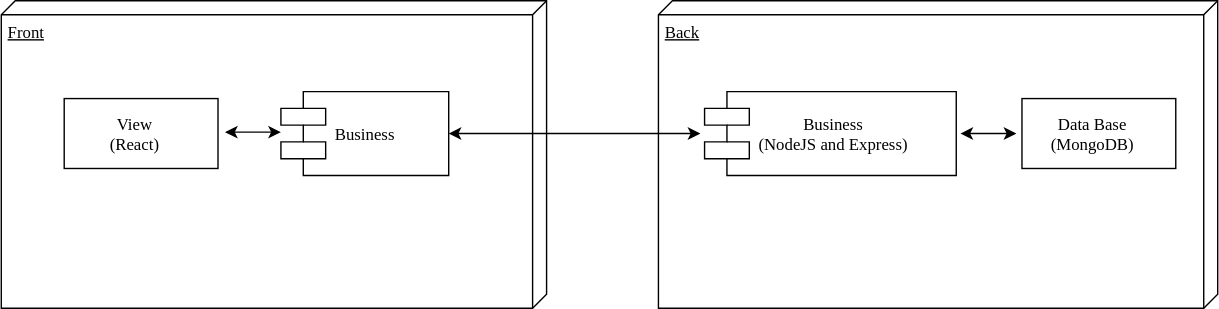
Earlier version of the draw.io export staff/ana-sanjuan/skysquare/skysquare-docs/images/block-diagram.svg (anasanjuan/skylab-bootcamp-201809). Source tidied: cells renumbered, new cells last; positions are measured from the earlier drawing's top-left corner, leaving out a move shared by most shapes. The source it was exported from:
```xml
<mxGraphModel background="#ffffff">
  <root>
    <mxCell id="0" />
    <mxCell id="1" parent="0" />
    <mxCell id="2" value="Front" style="verticalAlign=top;align=left;spacingTop=8;spacingLeft=2;spacingRight=12;shape=cube;size=10;direction=south;fontStyle=4;html=1;rounded=0;shadow=0;comic=0;labelBackgroundColor=none;strokeColor=#000000;strokeWidth=1;fillColor=#ffffff;fontFamily=Verdana;fontSize=12;fontColor=#000000;" parent="1" vertex="1">
      <mxGeometry width="390" height="220" as="geometry" />
    </mxCell>
    <mxCell id="3" value="Back" style="verticalAlign=top;align=left;spacingTop=8;spacingLeft=2;spacingRight=12;shape=cube;size=10;direction=south;fontStyle=4;html=1;rounded=0;shadow=0;comic=0;labelBackgroundColor=none;strokeColor=#000000;strokeWidth=1;fillColor=#ffffff;fontFamily=Verdana;fontSize=12;fontColor=#000000;" parent="1" vertex="1">
      <mxGeometry x="470" width="400" height="220" as="geometry" />
    </mxCell>
    <mxCell id="4" value="View&lt;br&gt;(React)&lt;br&gt;" style="html=1;rounded=0;shadow=0;comic=0;labelBackgroundColor=none;strokeColor=#000000;strokeWidth=1;fillColor=#ffffff;fontFamily=Verdana;fontSize=12;fontColor=#000000;align=center;" parent="1" vertex="1">
      <mxGeometry x="45" y="70" width="110" height="50" as="geometry" />
    </mxCell>
    <mxCell id="5" value="Business" style="shape=component;align=left;spacingLeft=36;rounded=0;shadow=0;comic=0;labelBackgroundColor=none;strokeColor=#000000;strokeWidth=1;fillColor=#ffffff;fontFamily=Verdana;fontSize=12;fontColor=#000000;html=1;" parent="1" vertex="1">
      <mxGeometry x="200" y="65" width="120" height="60" as="geometry" />
    </mxCell>
    <mxCell id="6" value="&lt;div style=&quot;text-align: center&quot;&gt;&lt;span&gt;Business&lt;/span&gt;&lt;/div&gt;&lt;div style=&quot;text-align: center&quot;&gt;&lt;span&gt;(NodeJS and Express)&lt;/span&gt;&lt;/div&gt;" style="shape=component;align=left;spacingLeft=36;rounded=0;shadow=0;comic=0;labelBackgroundColor=none;strokeColor=#000000;strokeWidth=1;fillColor=#ffffff;fontFamily=Verdana;fontSize=12;fontColor=#000000;html=1;" parent="1" vertex="1">
      <mxGeometry x="503" y="65" width="180" height="60" as="geometry" />
    </mxCell>
    <mxCell id="7" value="Data Base&lt;br&gt;(MongoDB)&lt;br&gt;" style="html=1;rounded=0;shadow=0;comic=0;labelBackgroundColor=none;strokeColor=#000000;strokeWidth=1;fillColor=#ffffff;fontFamily=Verdana;fontSize=12;fontColor=#000000;align=center;" parent="1" vertex="1">
      <mxGeometry x="730" y="70" width="110" height="50" as="geometry" />
    </mxCell>
    <mxCell id="8" style="endArrow=classic;startArrow=classic;html=1;exitX=1;exitY=0.5;" parent="1" edge="1" source="5">
      <mxGeometry relative="1" as="geometry">
        <mxPoint x="500" y="95" as="targetPoint" />
      </mxGeometry>
    </mxCell>
    <mxCell id="9" style="endArrow=classic;startArrow=classic;html=1;exitX=1;exitY=0.5;" parent="1" edge="1">
      <mxGeometry relative="1" as="geometry">
        <mxPoint x="160" y="94" as="sourcePoint" />
        <mxPoint x="200" y="94" as="targetPoint" />
      </mxGeometry>
    </mxCell>
    <mxCell id="10" style="endArrow=classic;startArrow=classic;html=1;exitX=1;exitY=0.5;" parent="1" edge="1">
      <mxGeometry relative="1" as="geometry">
        <mxPoint x="686" y="95" as="sourcePoint" />
        <mxPoint x="726" y="95" as="targetPoint" />
      </mxGeometry>
    </mxCell>
  </root>
</mxGraphModel>
```
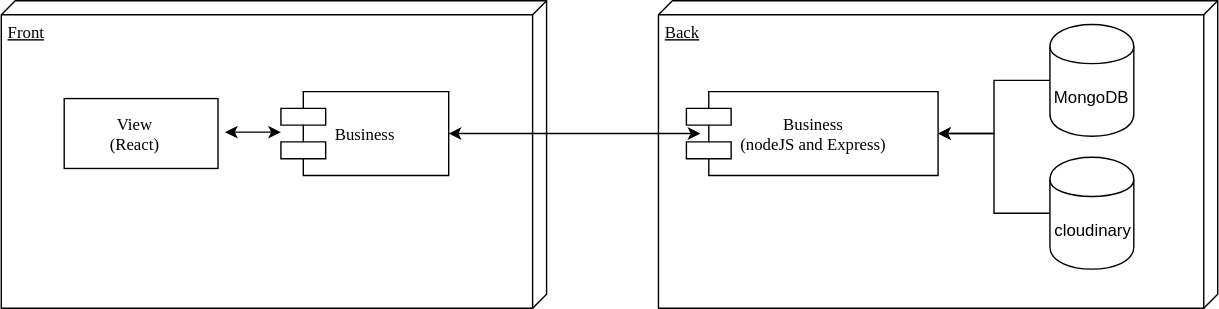
After the change.

Change to the diagram source:
```diff
@@ -14,12 +14,9 @@
     <mxCell id="5" value="Business" style="shape=component;align=left;spacingLeft=36;rounded=0;shadow=0;comic=0;labelBackgroundColor=none;strokeColor=#000000;strokeWidth=1;fillColor=#ffffff;fontFamily=Verdana;fontSize=12;fontColor=#000000;html=1;" parent="1" vertex="1">
       <mxGeometry x="200" y="65" width="120" height="60" as="geometry" />
     </mxCell>
-    <mxCell id="6" value="&lt;div style=&quot;text-align: center&quot;&gt;&lt;span&gt;Business&lt;/span&gt;&lt;/div&gt;&lt;div style=&quot;text-align: center&quot;&gt;&lt;span&gt;(NodeJS and Express)&lt;/span&gt;&lt;/div&gt;" style="shape=component;align=left;spacingLeft=36;rounded=0;shadow=0;comic=0;labelBackgroundColor=none;strokeColor=#000000;strokeWidth=1;fillColor=#ffffff;fontFamily=Verdana;fontSize=12;fontColor=#000000;html=1;" parent="1" vertex="1">
-      <mxGeometry x="503" y="65" width="180" height="60" as="geometry" />
+    <mxCell id="6" value="&lt;div style=&quot;text-align: center&quot;&gt;&lt;span&gt;Business&lt;/span&gt;&lt;/div&gt;&lt;div style=&quot;text-align: center&quot;&gt;&lt;span&gt;(nodeJS and Express)&lt;/span&gt;&lt;/div&gt;" style="shape=component;align=left;spacingLeft=36;rounded=0;shadow=0;comic=0;labelBackgroundColor=none;strokeColor=#000000;strokeWidth=1;fillColor=#ffffff;fontFamily=Verdana;fontSize=12;fontColor=#000000;html=1;" parent="1" vertex="1">
+      <mxGeometry x="490" y="65" width="180" height="60" as="geometry" />
     </mxCell>
-    <mxCell id="7" value="Data Base&lt;br&gt;(MongoDB)&lt;br&gt;" style="html=1;rounded=0;shadow=0;comic=0;labelBackgroundColor=none;strokeColor=#000000;strokeWidth=1;fillColor=#ffffff;fontFamily=Verdana;fontSize=12;fontColor=#000000;align=center;" parent="1" vertex="1">
-      <mxGeometry x="730" y="70" width="110" height="50" as="geometry" />
-    </mxCell>
     <mxCell id="8" style="endArrow=classic;startArrow=classic;html=1;exitX=1;exitY=0.5;" parent="1" edge="1" source="5">
       <mxGeometry relative="1" as="geometry">
         <mxPoint x="500" y="95" as="targetPoint" />
@@ -31,11 +28,17 @@
         <mxPoint x="200" y="94" as="targetPoint" />
       </mxGeometry>
     </mxCell>
-    <mxCell id="10" style="endArrow=classic;startArrow=classic;html=1;exitX=1;exitY=0.5;" parent="1" edge="1">
-      <mxGeometry relative="1" as="geometry">
-        <mxPoint x="686" y="95" as="sourcePoint" />
-        <mxPoint x="726" y="95" as="targetPoint" />
-      </mxGeometry>
-    </mxCell>
+    <mxCell id="11" style="edgeStyle=orthogonalEdgeStyle;rounded=0;html=1;jettySize=auto;entryX=1;entryY=0.5;" parent="1" edge="1" source="12" target="6">
+      <mxGeometry relative="1" as="geometry" />
+    </mxCell>
+    <mxCell id="12" value="MongoDB" style="shape=cylinder;whiteSpace=wrap;html=1;boundedLbl=1;backgroundOutline=1;" parent="1" vertex="1">
+      <mxGeometry x="750" y="17" width="60" height="80" as="geometry" />
+    </mxCell>
+    <mxCell id="13" style="edgeStyle=orthogonalEdgeStyle;rounded=0;html=1;jettySize=auto;entryX=1;entryY=0.5;" parent="1" edge="1" source="14" target="6">
+      <mxGeometry relative="1" as="geometry" />
+    </mxCell>
+    <mxCell id="14" value="cloudinary" style="shape=cylinder;whiteSpace=wrap;html=1;boundedLbl=1;backgroundOutline=1;" parent="1" vertex="1">
+      <mxGeometry x="750" y="112" width="60" height="80" as="geometry" />
+    </mxCell>
   </root>
 </mxGraphModel>
```
